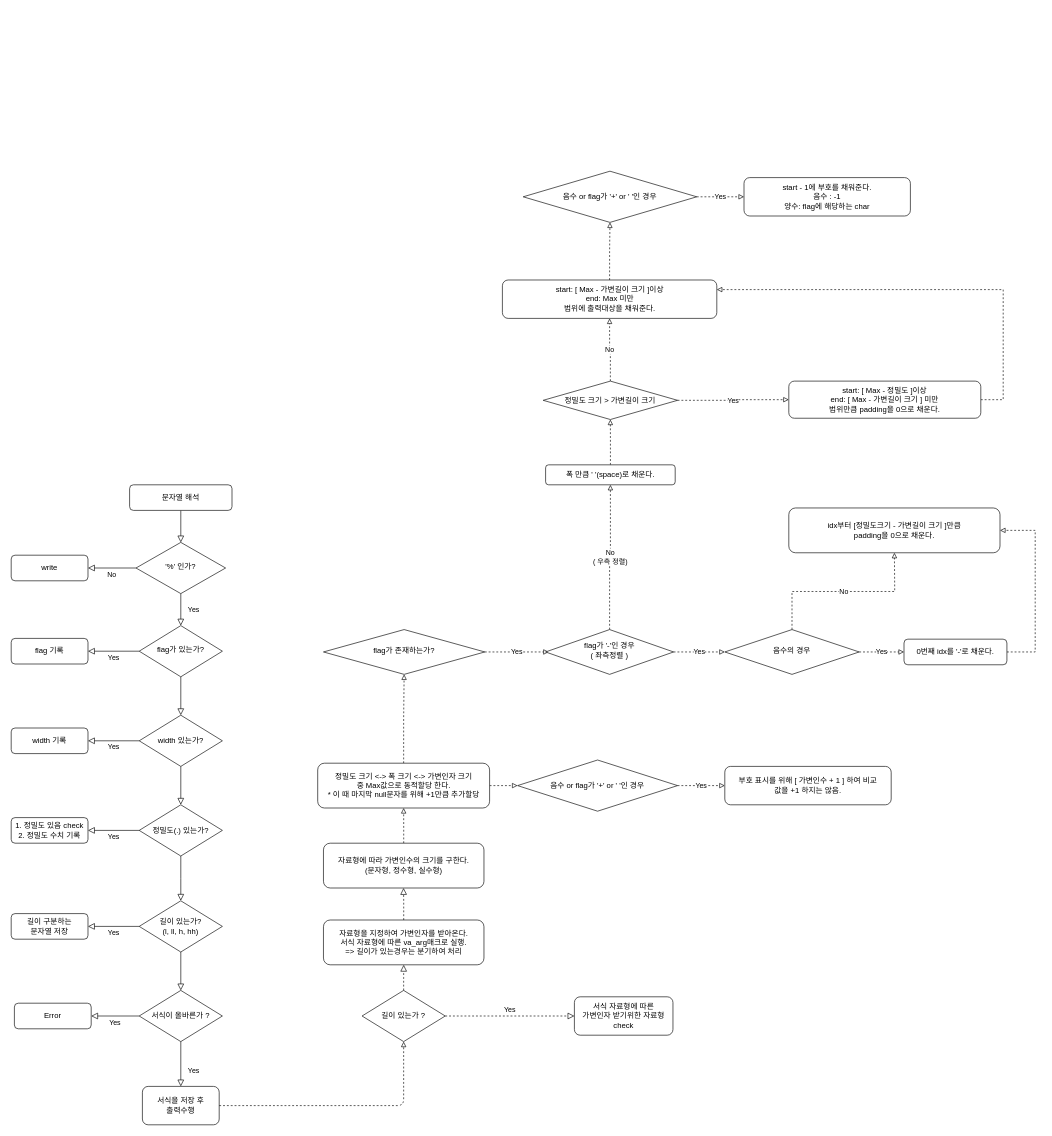
The draw.io diagram Printf/Printf_FlowChart.drawio in Pawer0223/42cursus, before the edit. Source tidied: cells renumbered, new cells numbered last; positions are measured from the earlier drawing's top-left corner, leaving out a move shared by most shapes. Both pictures are drawn from the tidied source at 64%, with x=0, y=0 at pixel (11, 171).
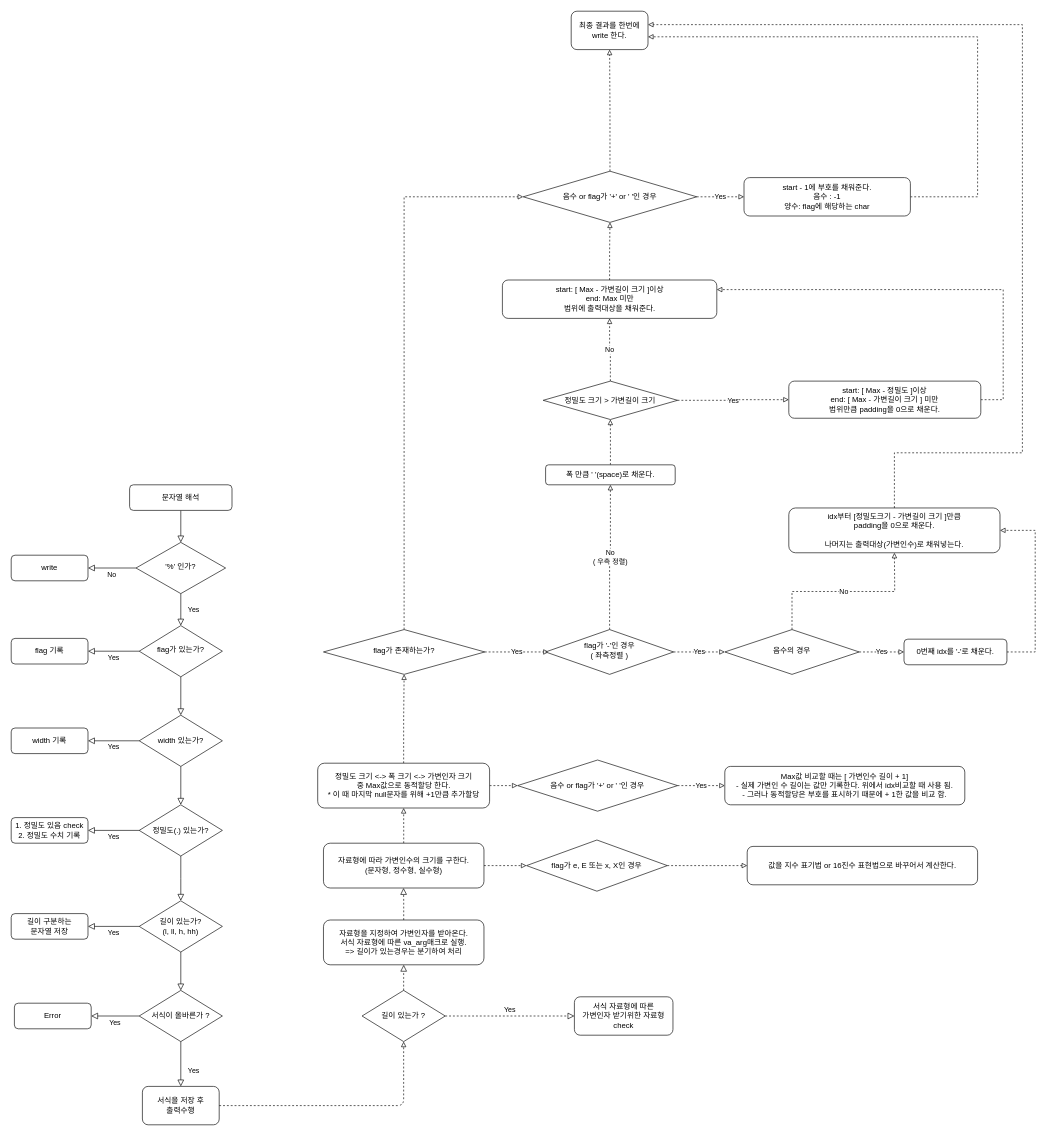
The same page after the edit.

Unchanged cells that the change refers to:
```xml
<mxCell id="36" value="자료형에 따라 가변인수의 크기를 구한다.&lt;br&gt;(문자형, 정수형, 실수형)" style="rounded=1;whiteSpace=wrap;html=1;" parent="1" vertex="1">
  <mxGeometry x="487.9" y="1050" width="250.8" height="70" as="geometry" />
</mxCell>
<mxCell id="42" value="flag가 존재하는가?" style="rhombus;whiteSpace=wrap;html=1;shadow=0;fontFamily=Helvetica;fontSize=12;align=center;strokeWidth=1;spacing=6;spacingTop=-4;" parent="1" vertex="1">
  <mxGeometry x="487.9" y="716.2" width="252.1" height="70" as="geometry" />
</mxCell>
<mxCell id="65" value="음수 or flag가 '+' or ' '인 경우" style="rhombus;whiteSpace=wrap;html=1;" parent="1" vertex="1">
  <mxGeometry x="800" width="271.2" height="80" as="geometry" />
</mxCell>
<mxCell id="66" value="start - 1에 부호를 채워준다.&lt;br&gt;음수 : -1&lt;br&gt;양수: flag에 해당하는 char" style="rounded=1;whiteSpace=wrap;html=1;" parent="1" vertex="1">
  <mxGeometry x="1145" y="10" width="260" height="60" as="geometry" />
</mxCell>
```

The edit, as a diff of the source:
```diff
@@
+    <mxCell id="67" style="edgeStyle=orthogonalEdgeStyle;rounded=0;jettySize=auto;html=1;dashed=1;endArrow=block;endFill=0;" parent="1" edge="1" source="36" target="74">
+      <mxGeometry relative="1" as="geometry" />
+    </mxCell>
@@
+    <mxCell id="68" style="edgeStyle=orthogonalEdgeStyle;rounded=0;jettySize=auto;html=1;entryX=0;entryY=0.5;entryDx=0;entryDy=0;dashed=1;endArrow=block;endFill=0;" parent="1" edge="1" source="42" target="65">
+      <mxGeometry relative="1" as="geometry">
+        <Array as="points">
+          <mxPoint x="614" y="40" />
+        </Array>
+      </mxGeometry>
+    </mxCell>
@@
+    <mxCell id="69" style="edgeStyle=orthogonalEdgeStyle;rounded=0;jettySize=auto;html=1;dashed=1;endArrow=block;endFill=0;" parent="1" edge="1" source="51" target="72">
+      <mxGeometry relative="1" as="geometry">
+        <Array as="points">
+          <mxPoint x="1380" y="440" />
+          <mxPoint x="1580" y="440" />
+          <mxPoint x="1580" y="-229" />
+        </Array>
+      </mxGeometry>
+    </mxCell>
-    <mxCell id="51" value="idx부터 [정밀도크기 - 가변길이 크기 ]만큼 &lt;br&gt;padding을 0으로 채운다." style="rounded=1;whiteSpace=wrap;html=1;" parent="1" vertex="1">
+    <mxCell id="51" value="idx부터 [정밀도크기 - 가변길이 크기 ]만큼 &lt;br&gt;padding을 0으로 채운다.&lt;br&gt;&lt;br&gt;나머지는 출력대상(가변인수)로 채워넣는다." style="rounded=1;whiteSpace=wrap;html=1;" parent="1" vertex="1">
       <mxGeometry x="1215" y="526.2" width="330" height="70" as="geometry" />
     </mxCell>
@@
-    <mxCell id="54" value="부호 표시를 위해 [ 가변인수 + 1 ] 하여 비교&lt;br&gt;값을 +1 하지는 않음." style="rounded=1;whiteSpace=wrap;html=1;" parent="1" vertex="1">
-      <mxGeometry x="1115" y="930" width="260" height="60" as="geometry" />
+    <mxCell id="54" value="Max값 비교할 때는 [ 가변인수 길이 + 1]&lt;br&gt;- 실제 가변인 수 길이는 값만 기록한다. 위에서 idx비교할 때 사용 됨.&lt;br&gt;- 그러나 동적할당은 부호를 표시하기 때문에 + 1한 값을 비교 함." style="rounded=1;whiteSpace=wrap;html=1;" parent="1" vertex="1">
+      <mxGeometry x="1115" y="930" width="375" height="60" as="geometry" />
     </mxCell>
@@
+    <mxCell id="70" style="edgeStyle=orthogonalEdgeStyle;rounded=0;jettySize=auto;html=1;exitX=0.5;exitY=0;exitDx=0;exitDy=0;dashed=1;endArrow=block;endFill=0;" parent="1" edge="1" source="65" target="72">
+      <mxGeometry relative="1" as="geometry" />
+    </mxCell>
@@
+    <mxCell id="71" style="edgeStyle=orthogonalEdgeStyle;rounded=0;jettySize=auto;html=1;dashed=1;endArrow=block;endFill=0;" parent="1" edge="1" source="66" target="72">
+      <mxGeometry relative="1" as="geometry">
+        <Array as="points">
+          <mxPoint x="1510" y="40" />
+          <mxPoint x="1510" y="-210" />
+        </Array>
+      </mxGeometry>
+    </mxCell>
@@
+    <mxCell id="72" value="최종 결과를 한번에 write 한다." style="rounded=1;whiteSpace=wrap;html=1;" parent="1" vertex="1">
+      <mxGeometry x="875" y="-250" width="120" height="60" as="geometry" />
+    </mxCell>
+    <mxCell id="73" style="edgeStyle=orthogonalEdgeStyle;rounded=0;jettySize=auto;html=1;dashed=1;endArrow=block;endFill=0;" parent="1" edge="1" source="74" target="75">
+      <mxGeometry relative="1" as="geometry" />
+    </mxCell>
+    <mxCell id="74" value="flag가 e, E 또는 x, X인 경우" style="rhombus;whiteSpace=wrap;html=1;" parent="1" vertex="1">
+      <mxGeometry x="805.2" y="1045" width="220" height="80" as="geometry" />
+    </mxCell>
+    <mxCell id="75" value="값을 지수 표기법 or 16진수 표현법으로 바꾸어서 계산한다." style="rounded=1;whiteSpace=wrap;html=1;" parent="1" vertex="1">
+      <mxGeometry x="1150" y="1055" width="360" height="60" as="geometry" />
+    </mxCell>
```
